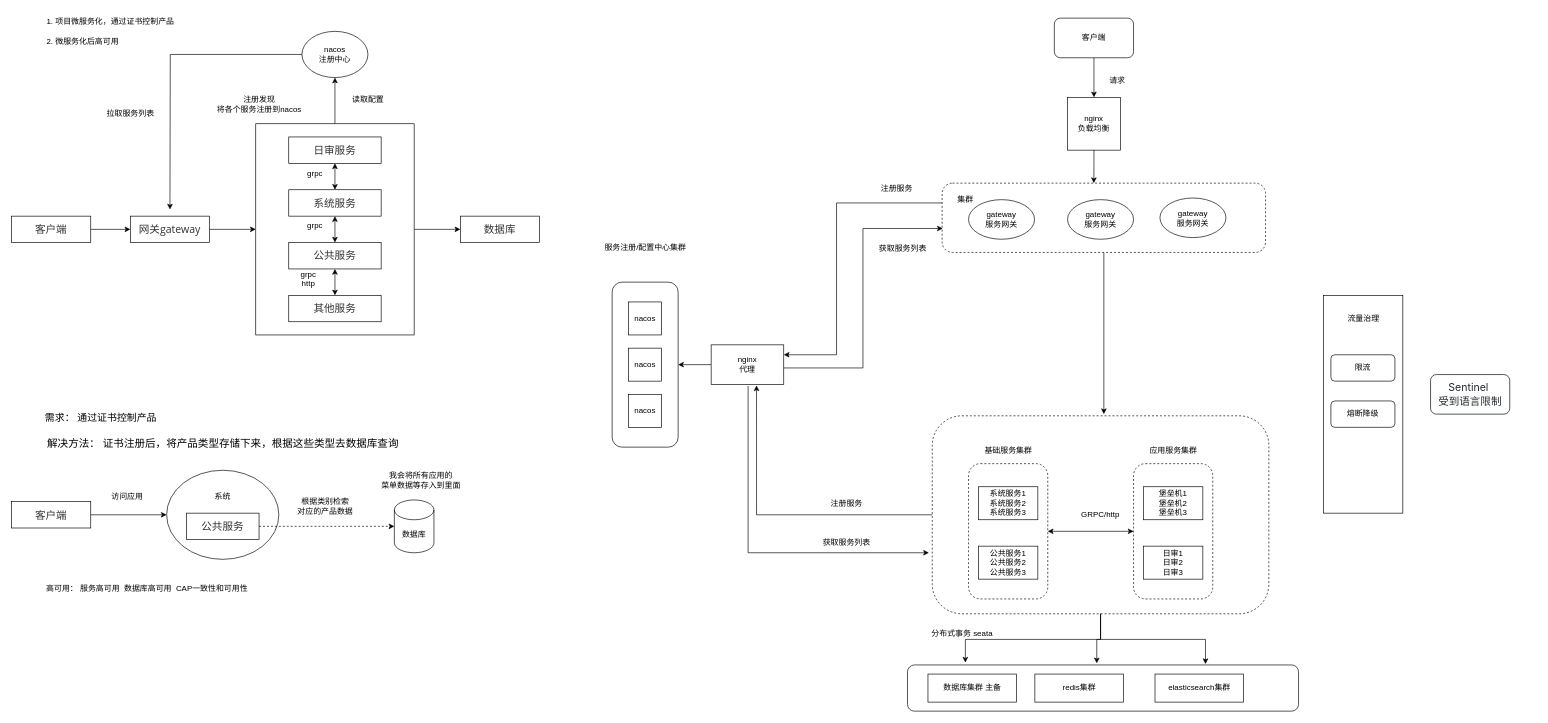
Earlier version of the draw.io diagram 微服务化.drawio (Rodma1/draw). Source tidied: cells renumbered, new cells numbered last; positions are measured from the earlier drawing's top-left corner, leaving out a move shared by most shapes. Both pictures are drawn from the tidied source at 66%, with x=0, y=0 at pixel (11, 11).
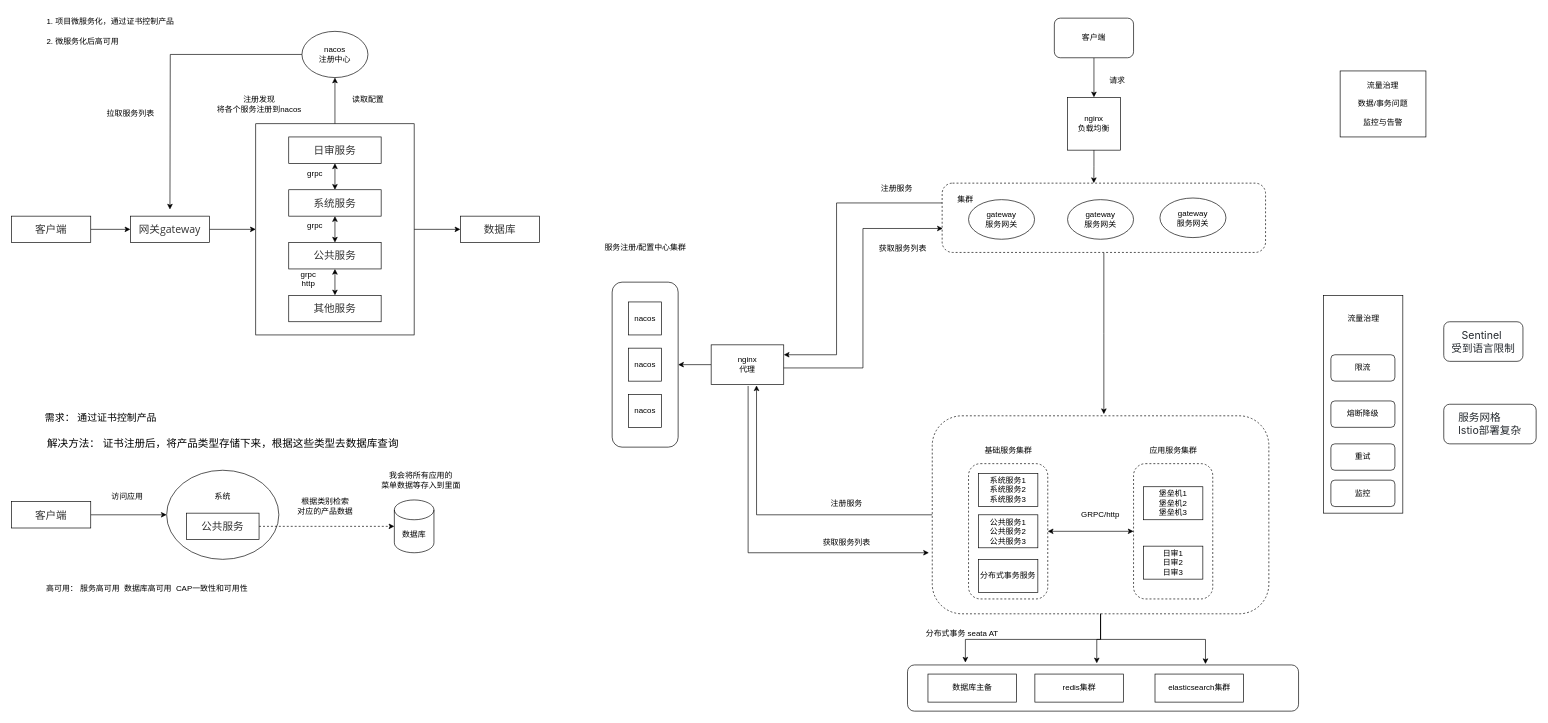
The same diagram, later.

Commit message:
更新微服务化.drawio

Change to the diagram source:
```diff
@@
     <mxCell id="62" value="系统服务1&lt;div&gt;系统服务2&lt;br&gt;&lt;/div&gt;&lt;div&gt;系统服务3&lt;br&gt;&lt;/div&gt;" style="rounded=0;whiteSpace=wrap;html=1;" parent="1" vertex="1">
-      <mxGeometry x="1465" y="720" width="90" height="50" as="geometry" />
+      <mxGeometry x="1465" y="700" width="90" height="50" as="geometry" />
     </mxCell>
     <mxCell id="63" value="公共服务1&lt;div&gt;公共服务2&lt;br&gt;&lt;/div&gt;&lt;div&gt;公共服务3&lt;br&gt;&lt;/div&gt;" style="rounded=0;whiteSpace=wrap;html=1;" parent="1" vertex="1">
-      <mxGeometry x="1465" y="810" width="90" height="50" as="geometry" />
+      <mxGeometry x="1465" y="762.5" width="90" height="50" as="geometry" />
     </mxCell>
@@
-    <mxCell id="75" value="数据库集群 主备" style="rounded=0;whiteSpace=wrap;html=1;" parent="1" vertex="1">
+    <mxCell id="75" value="数据库主备" style="rounded=0;whiteSpace=wrap;html=1;" parent="1" vertex="1">
       <mxGeometry x="1388.5" y="1003.8" width="134" height="42.5" as="geometry" />
     </mxCell>
@@
-    <mxCell id="81" value="分布式事务 seata" style="text;html=1;align=center;verticalAlign=middle;strokeColor=none;fillColor=none;" parent="1" vertex="1">
-      <mxGeometry x="1380" y="928" width="120" height="30" as="geometry" />
+    <mxCell id="81" value="分布式事务 seata AT" style="text;html=1;align=center;verticalAlign=middle;strokeColor=none;fillColor=none;" parent="1" vertex="1">
+      <mxGeometry x="1375" y="928" width="130" height="30" as="geometry" />
     </mxCell>
@@
     <mxCell id="86" value="&lt;span style=&quot;color: rgb(36, 41, 46); font-family: -apple-system, BlinkMacSystemFont, &amp;quot;Segoe UI&amp;quot;, Helvetica, Arial, sans-serif, &amp;quot;Apple Color Emoji&amp;quot;, &amp;quot;Segoe UI Emoji&amp;quot;, &amp;quot;Segoe UI Symbol&amp;quot;; font-size: 16px; text-align: start;&quot;&gt;Sentinel&amp;nbsp;&lt;/span&gt;&lt;div&gt;&lt;span style=&quot;color: rgb(36, 41, 46); font-family: -apple-system, BlinkMacSystemFont, &amp;quot;Segoe UI&amp;quot;, Helvetica, Arial, sans-serif, &amp;quot;Apple Color Emoji&amp;quot;, &amp;quot;Segoe UI Emoji&amp;quot;, &amp;quot;Segoe UI Symbol&amp;quot;; font-size: 16px; text-align: start;&quot;&gt;受到语言限制&lt;/span&gt;&lt;/div&gt;" style="rounded=1;whiteSpace=wrap;html=1;" parent="1" vertex="1">
-      <mxGeometry x="2150" y="550" width="120" height="60" as="geometry" />
+      <mxGeometry x="2170" y="470" width="120" height="60" as="geometry" />
     </mxCell>
@@
+    <mxCell id="88" value="&lt;div&gt;&lt;br&gt;&lt;/div&gt;&lt;div&gt;流量治理&lt;/div&gt;&lt;div&gt;&lt;br&gt;&lt;/div&gt;数据/事务问题&lt;div&gt;&lt;br&gt;&lt;/div&gt;&lt;div&gt;监控与告警&lt;br&gt;&lt;div&gt;&lt;br&gt;&lt;/div&gt;&lt;/div&gt;" style="whiteSpace=wrap;html=1;" parent="1" vertex="1">
+      <mxGeometry x="2013" y="90" width="130" height="100" as="geometry" />
+    </mxCell>
+    <mxCell id="89" value="&lt;span style=&quot;text-wrap: nowrap;&quot;&gt;重试&lt;/span&gt;" style="rounded=1;whiteSpace=wrap;html=1;" parent="1" vertex="1">
+      <mxGeometry x="1999" y="655" width="97" height="40" as="geometry" />
+    </mxCell>
+    <mxCell id="90" value="&lt;div style=&quot;text-align: start;&quot;&gt;&lt;font face=&quot;-apple-system, BlinkMacSystemFont, Segoe UI, Helvetica, Arial, sans-serif, Apple Color Emoji, Segoe UI Emoji, Segoe UI Symbol&quot; color=&quot;#24292e&quot;&gt;&lt;span style=&quot;font-size: 16px;&quot;&gt;服务网格&lt;/span&gt;&lt;/font&gt;&lt;/div&gt;&lt;div style=&quot;text-align: start;&quot;&gt;&lt;font face=&quot;-apple-system, BlinkMacSystemFont, Segoe UI, Helvetica, Arial, sans-serif, Apple Color Emoji, Segoe UI Emoji, Segoe UI Symbol&quot; color=&quot;#24292e&quot;&gt;&lt;span style=&quot;font-size: 16px;&quot;&gt;lstio部署复杂&lt;/span&gt;&lt;/font&gt;&lt;/div&gt;" style="rounded=1;whiteSpace=wrap;html=1;" parent="1" vertex="1">
+      <mxGeometry x="2170" y="595" width="140" height="60" as="geometry" />
+    </mxCell>
+    <mxCell id="91" value="分布式事务服务" style="rounded=0;whiteSpace=wrap;html=1;" parent="1" vertex="1">
+      <mxGeometry x="1465" y="830" width="90" height="50" as="geometry" />
+    </mxCell>
+    <mxCell id="92" value="&lt;span style=&quot;text-wrap: nowrap;&quot;&gt;监控&lt;/span&gt;" style="rounded=1;whiteSpace=wrap;html=1;" parent="1" vertex="1">
+      <mxGeometry x="1999" y="710" width="97" height="40" as="geometry" />
+    </mxCell>
```
